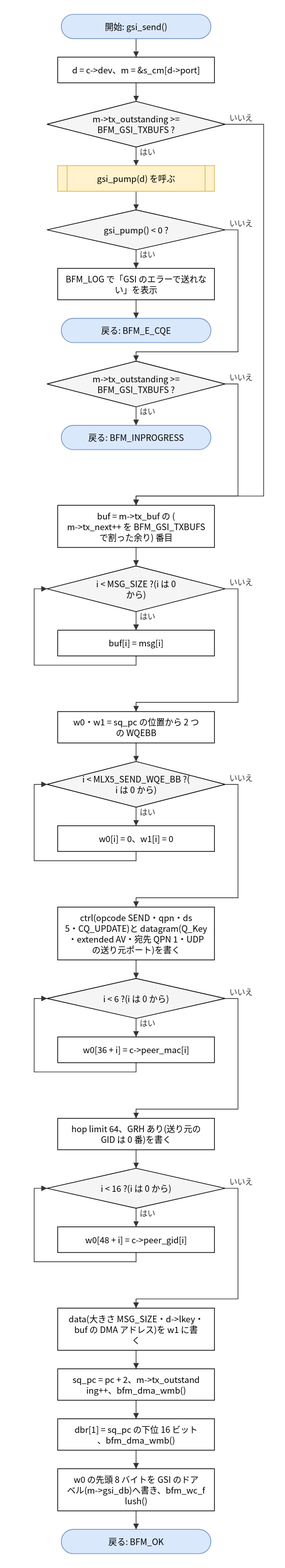
Before: doc/spec/images/flow_src_bfm_cm-gsi_send.drawio.svg, a diagram exported from draw.io (hf355051012-ai/bfmem). Source tidied: cells renumbered, new cells last; positions are measured from the earlier drawing's top-left corner, leaving out a move shared by most shapes.
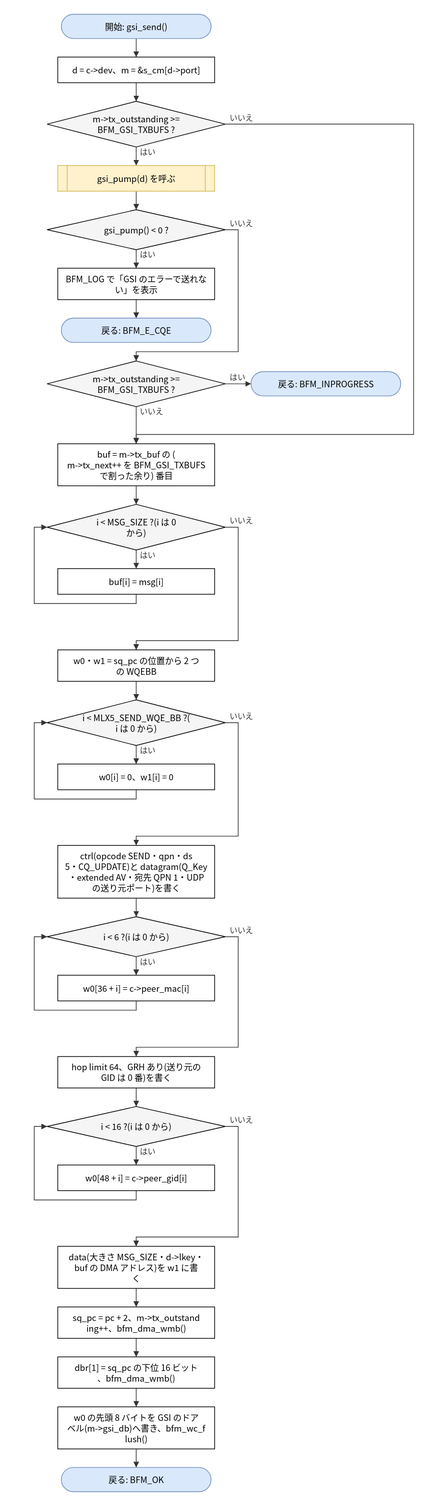
The same file after the commit.

What changed in the source:
```diff
@@ -3,31 +3,31 @@
     <mxCell id="0" />
     <mxCell id="1" parent="0" />
     <mxCell id="2" value="開始: gsi_send()" style="rounded=1;arcSize=50;whiteSpace=wrap;html=1;fillColor=#dae8fc;strokeColor=#6c8ebf;" parent="1" vertex="1">
-      <mxGeometry x="38" width="210" height="34" as="geometry" />
+      <mxGeometry x="38" y="86" width="210" height="34" as="geometry" />
     </mxCell>
     <mxCell id="3" value="d = c-&amp;gt;dev、m = &amp;amp;s_cm[d-&amp;gt;port]" style="rounded=0;whiteSpace=wrap;html=1;" parent="1" vertex="1">
-      <mxGeometry x="33" y="60" width="220" height="36" as="geometry" />
+      <mxGeometry x="33" y="146" width="220" height="36" as="geometry" />
     </mxCell>
     <mxCell id="4" value="m-&amp;gt;tx_outstanding &amp;gt;=&lt;br&gt;BFM_GSI_TXBUFS ?" style="rhombus;whiteSpace=wrap;html=1;fillColor=#f5f5f5;" parent="1" vertex="1">
-      <mxGeometry x="18" y="122" width="250" height="64" as="geometry" />
+      <mxGeometry x="18" y="208" width="250" height="64" as="geometry" />
     </mxCell>
     <mxCell id="5" value="gsi_pump(d) を呼ぶ" style="shape=process;whiteSpace=wrap;html=1;backgroundOutline=1;size=0.06;fillColor=#fff2cc;strokeColor=#d6b656;" parent="1" vertex="1">
-      <mxGeometry x="33" y="212" width="220" height="36" as="geometry" />
+      <mxGeometry x="33" y="298" width="220" height="36" as="geometry" />
     </mxCell>
     <mxCell id="6" value="gsi_pump() &amp;lt; 0 ?" style="rhombus;whiteSpace=wrap;html=1;fillColor=#f5f5f5;" parent="1" vertex="1">
-      <mxGeometry x="18" y="274" width="250" height="56" as="geometry" />
+      <mxGeometry x="18" y="360" width="250" height="56" as="geometry" />
     </mxCell>
     <mxCell id="7" value="BFM_LOG で「GSI のエラーで送れな&lt;br&gt;い」を表示" style="rounded=0;whiteSpace=wrap;html=1;" parent="1" vertex="1">
-      <mxGeometry x="33" y="356" width="220" height="44" as="geometry" />
+      <mxGeometry x="33" y="442" width="220" height="44" as="geometry" />
     </mxCell>
     <mxCell id="8" value="戻る: BFM_E_CQE" style="rounded=1;arcSize=50;whiteSpace=wrap;html=1;fillColor=#dae8fc;strokeColor=#6c8ebf;" parent="1" vertex="1">
-      <mxGeometry x="38" y="426" width="210" height="34" as="geometry" />
+      <mxGeometry x="38" y="512" width="210" height="34" as="geometry" />
     </mxCell>
     <mxCell id="9" value="m-&amp;gt;tx_outstanding &amp;gt;=&lt;br&gt;BFM_GSI_TXBUFS ?" style="rhombus;whiteSpace=wrap;html=1;fillColor=#f5f5f5;" parent="1" vertex="1">
-      <mxGeometry x="18" y="486" width="250" height="64" as="geometry" />
+      <mxGeometry x="18" y="572" width="250" height="64" as="geometry" />
     </mxCell>
     <mxCell id="10" value="戻る: BFM_INPROGRESS" style="rounded=1;arcSize=50;whiteSpace=wrap;html=1;fillColor=#dae8fc;strokeColor=#6c8ebf;" parent="1" vertex="1">
-      <mxGeometry x="38" y="576" width="210" height="34" as="geometry" />
+      <mxGeometry x="304" y="587" width="210" height="34" as="geometry" />
     </mxCell>
     <mxCell id="11" value="buf = m-&amp;gt;tx_buf の (&lt;br&gt;m-&amp;gt;tx_next++ を BFM_GSI_TXBUFS&lt;br&gt;で割った余り) 番目" style="rounded=0;whiteSpace=wrap;html=1;" parent="1" vertex="1">
       <mxGeometry x="33" y="688" width="220" height="59" as="geometry" />
@@ -101,29 +101,23 @@
     <mxCell id="34" value="いいえ" style="edgeStyle=none;html=1;rounded=0;endArrow=block;endFill=1;exitX=1.0000;exitY=0.5000;exitDx=0;exitDy=0;exitPerimeter=0;entryX=0.5000;entryY=0.0000;entryDx=0;entryDy=0;entryPerimeter=0;" parent="1" edge="1" source="6" target="9">
       <mxGeometry relative="1" as="geometry">
         <Array as="points">
-          <mxPoint x="286" y="302" />
-          <mxPoint x="286" y="473" />
-          <mxPoint x="143" y="473" />
+          <mxPoint x="286" y="388" />
+          <mxPoint x="286" y="559" />
+          <mxPoint x="143" y="559" />
         </Array>
       </mxGeometry>
     </mxCell>
-    <mxCell id="35" value="はい" style="edgeStyle=none;html=1;rounded=0;endArrow=block;endFill=1;exitX=0.5000;exitY=1.0000;exitDx=0;exitDy=0;exitPerimeter=0;entryX=0.5000;entryY=0.0000;entryDx=0;entryDy=0;entryPerimeter=0;" parent="1" edge="1" source="9" target="10">
+    <mxCell id="35" value="はい" style="edgeStyle=none;html=1;rounded=0;endArrow=block;endFill=1;exitX=1.0000;exitY=0.5000;exitDx=0;exitDy=0;exitPerimeter=0;entryX=0.0000;entryY=0.5000;entryDx=0;entryDy=0;entryPerimeter=0;" parent="1" edge="1" source="9" target="10">
       <mxGeometry relative="1" as="geometry" />
     </mxCell>
-    <mxCell id="36" value="いいえ" style="edgeStyle=none;html=1;rounded=0;endArrow=block;endFill=1;exitX=1.0000;exitY=0.5000;exitDx=0;exitDy=0;exitPerimeter=0;entryX=0.5000;entryY=0.0000;entryDx=0;entryDy=0;entryPerimeter=0;" parent="1" edge="1" source="9" target="11">
-      <mxGeometry relative="1" as="geometry">
-        <Array as="points">
-          <mxPoint x="286" y="518" />
-          <mxPoint x="286" y="675" />
-          <mxPoint x="143" y="675" />
-        </Array>
-      </mxGeometry>
+    <mxCell id="36" value="いいえ" style="edgeStyle=none;html=1;rounded=0;endArrow=block;endFill=1;exitX=0.5000;exitY=1.0000;exitDx=0;exitDy=0;exitPerimeter=0;entryX=0.5000;entryY=0.0000;entryDx=0;entryDy=0;entryPerimeter=0;" parent="1" edge="1" source="9" target="11">
+      <mxGeometry relative="1" as="geometry" />
     </mxCell>
     <mxCell id="37" value="いいえ" style="edgeStyle=none;html=1;rounded=0;endArrow=block;endFill=1;exitX=1.0000;exitY=0.5000;exitDx=0;exitDy=0;exitPerimeter=0;entryX=0.5000;entryY=0.0000;entryDx=0;entryDy=0;entryPerimeter=0;" parent="1" edge="1" source="4" target="11">
       <mxGeometry relative="1" as="geometry">
         <Array as="points">
-          <mxPoint x="322" y="154" />
-          <mxPoint x="322" y="675" />
+          <mxPoint x="532" y="240" />
+          <mxPoint x="532" y="675" />
           <mxPoint x="143" y="675" />
         </Array>
       </mxGeometry>
```
